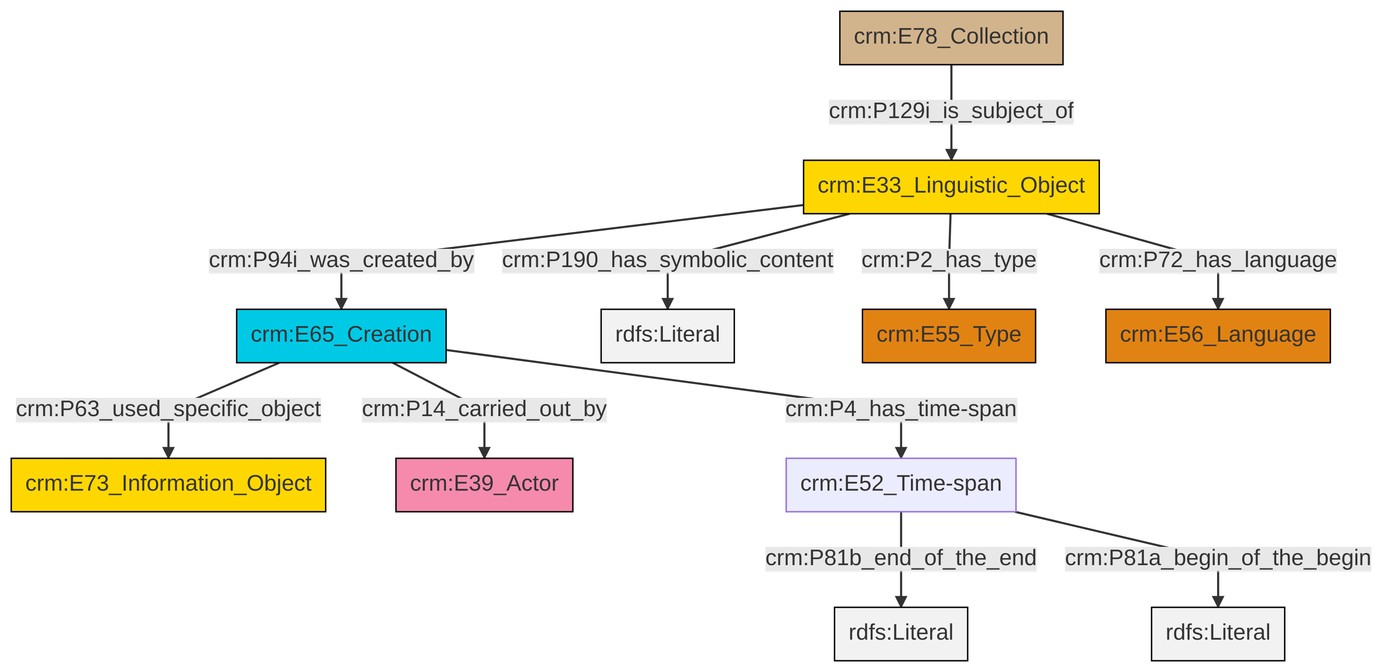
Above: et/archivalCSV/ttl/mmd/png/archival_desc.png in swiss-art-research-net/docs.swissartresearch (Mermaid), before the change. Its source is kept beside it as et/archivalCSV/ttl/mmd/archival_desc.ttl.mmd.
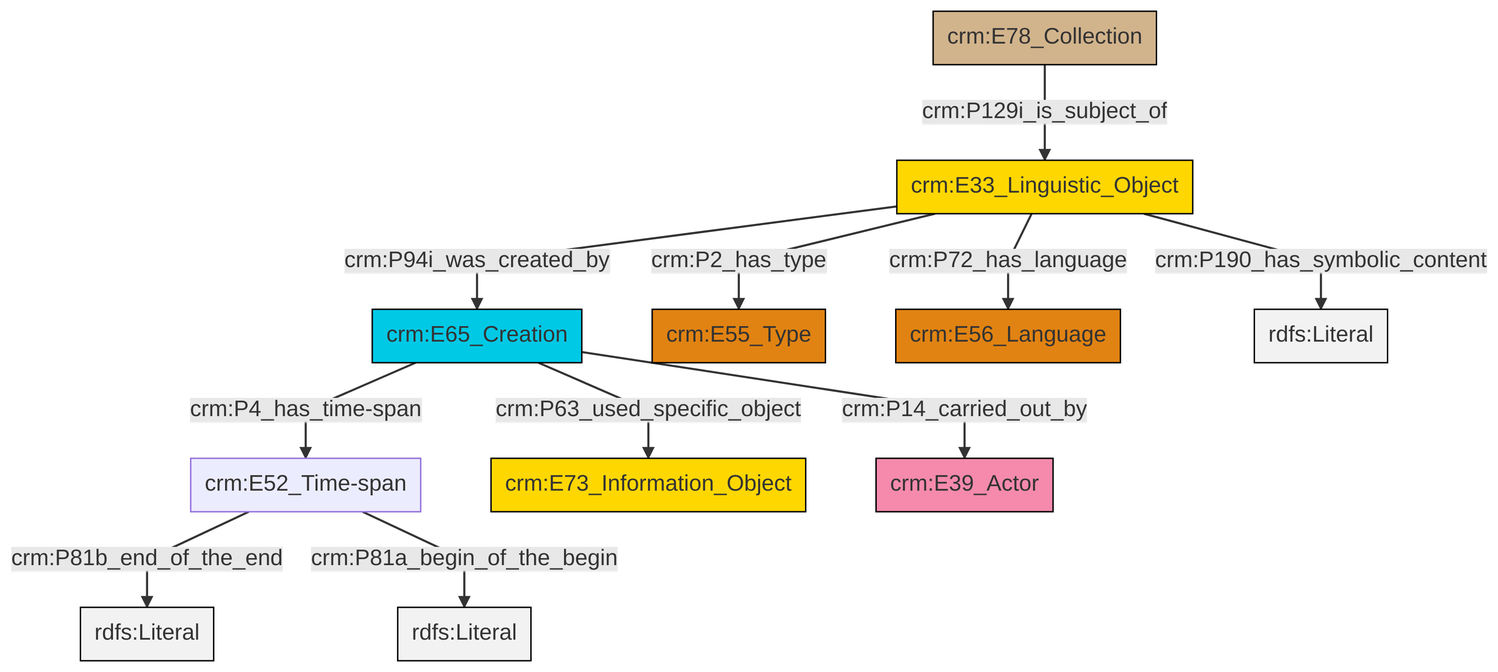
After the commit.

What changed in the source:
```diff
@@ -13,13 +13,13 @@
 classDef PC_Classes fill:#4ce600, stroke:#000000;
 classDef Multi fill:#cccccc,stroke:#000000;
 
-0["crm:E33_Linguistic_Object"]:::Conceptual_Object -->|crm:P94i_was_created_by| 1["crm:E65_Creation"]:::Temporal_Entity
-1["crm:E65_Creation"]:::Temporal_Entity -->|crm:P63_used_specific_object| 2["crm:E73_Information_Object"]:::Conceptual_Object
-1["crm:E65_Creation"]:::Temporal_Entity -->|crm:P4_has_time-span| 5["crm:E52_Time-span"]:::Default
-0["crm:E33_Linguistic_Object"]:::Conceptual_Object -->|crm:P190_has_symbolic_content| 6[rdfs:Literal]:::Literal
-5["crm:E52_Time-span"]:::Default -->|crm:P81b_end_of_the_end| 9[rdfs:Literal]:::Literal
-7["crm:E78_Collection"]:::Physical_Thing -->|crm:P129i_is_subject_of| 0["crm:E33_Linguistic_Object"]:::Conceptual_Object
-0["crm:E33_Linguistic_Object"]:::Conceptual_Object -->|crm:P2_has_type| 10["crm:E55_Type"]:::Type
-0["crm:E33_Linguistic_Object"]:::Conceptual_Object -->|crm:P72_has_language| 15["crm:E56_Language"]:::Type
-5["crm:E52_Time-span"]:::Default -->|crm:P81a_begin_of_the_begin| 17[rdfs:Literal]:::Literal
-1["crm:E65_Creation"]:::Temporal_Entity -->|crm:P14_carried_out_by| 3["crm:E39_Actor"]:::Actor
+0["crm:E65_Creation"]:::Temporal_Entity -->|crm:P4_has_time-span| 1["crm:E52_Time-span"]:::Default
+8["crm:E33_Linguistic_Object"]:::Conceptual_Object -->|crm:P2_has_type| 2["crm:E55_Type"]:::Type
+6["crm:E78_Collection"]:::Physical_Thing -->|crm:P129i_is_subject_of| 8["crm:E33_Linguistic_Object"]:::Conceptual_Object
+1["crm:E52_Time-span"]:::Default -->|crm:P81b_end_of_the_end| 14[rdfs:Literal]:::Literal
+8["crm:E33_Linguistic_Object"]:::Conceptual_Object -->|crm:P94i_was_created_by| 0["crm:E65_Creation"]:::Temporal_Entity
+0["crm:E65_Creation"]:::Temporal_Entity -->|crm:P14_carried_out_by| 12["crm:E39_Actor"]:::Actor
+0["crm:E65_Creation"]:::Temporal_Entity -->|crm:P63_used_specific_object| 4["crm:E73_Information_Object"]:::Conceptual_Object
+8["crm:E33_Linguistic_Object"]:::Conceptual_Object -->|crm:P72_has_language| 10["crm:E56_Language"]:::Type
+1["crm:E52_Time-span"]:::Default -->|crm:P81a_begin_of_the_begin| 16[rdfs:Literal]:::Literal
+8["crm:E33_Linguistic_Object"]:::Conceptual_Object -->|crm:P190_has_symbolic_content| 17[rdfs:Literal]:::Literal
```
